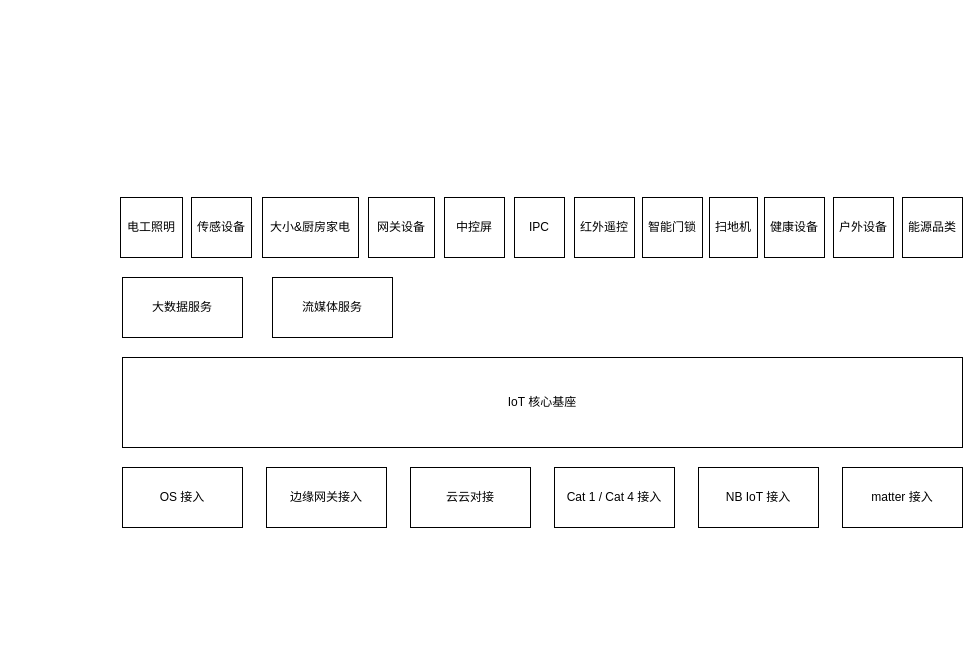
Earlier version of the draw.io diagram Cube2.0.drawio (Sidamor/drawio). Source tidied: cells renumbered, new cells numbered last; positions are measured from the earlier drawing's top-left corner, leaving out a move shared by most shapes. Both pictures are drawn from the tidied source at 100%, with x=0, y=0 at pixel (120, 197).
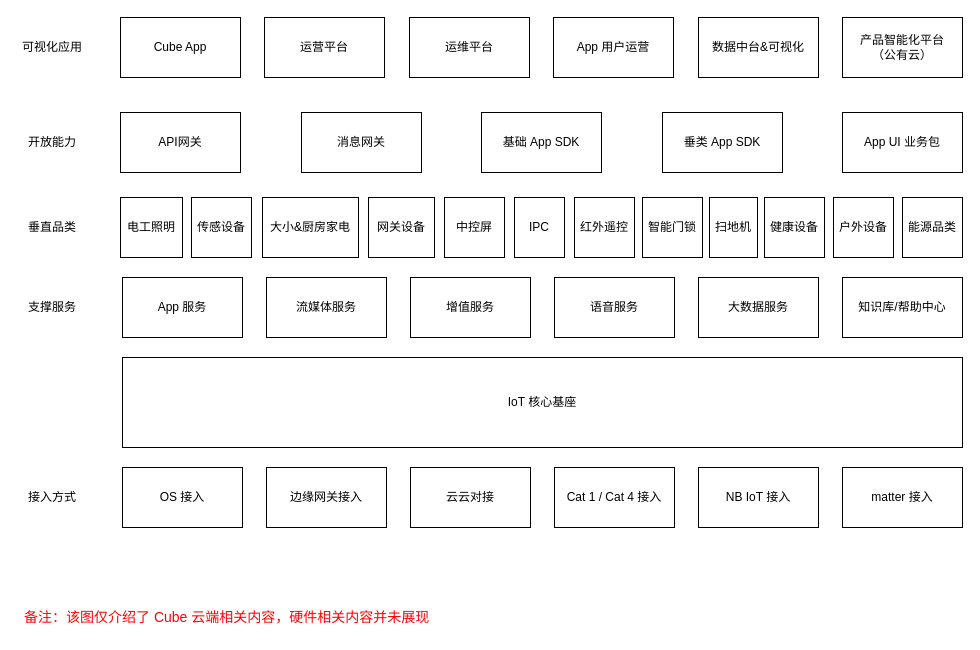
The same page after the edit.

The edit, as a diff of the source:
```diff
@@
     <mxCell id="12" value="大数据服务" style="rounded=0;whiteSpace=wrap;html=1;" parent="1" vertex="1">
-      <mxGeometry x="2" y="80" width="120" height="60" as="geometry" />
+      <mxGeometry x="578" y="80" width="120" height="60" as="geometry" />
     </mxCell>
     <mxCell id="13" value="流媒体服务" style="rounded=0;whiteSpace=wrap;html=1;" parent="1" vertex="1">
-      <mxGeometry x="152" y="80" width="120" height="60" as="geometry" />
+      <mxGeometry x="146" y="80" width="120" height="60" as="geometry" />
     </mxCell>
@@
+    <mxCell id="23" value="知识库/帮助中心" style="rounded=0;whiteSpace=wrap;html=1;" parent="1" vertex="1">
+      <mxGeometry x="722" y="80" width="120" height="60" as="geometry" />
+    </mxCell>
+    <mxCell id="24" value="语音服务" style="rounded=0;whiteSpace=wrap;html=1;" parent="1" vertex="1">
+      <mxGeometry x="434" y="80" width="120" height="60" as="geometry" />
+    </mxCell>
+    <mxCell id="25" value="App 服务" style="rounded=0;whiteSpace=wrap;html=1;" parent="1" vertex="1">
+      <mxGeometry x="2" y="80" width="120" height="60" as="geometry" />
+    </mxCell>
+    <mxCell id="26" value="增值服务" style="rounded=0;whiteSpace=wrap;html=1;" parent="1" vertex="1">
+      <mxGeometry x="290" y="80" width="120" height="60" as="geometry" />
+    </mxCell>
+    <mxCell id="27" value="接入方式" style="text;strokeColor=none;align=center;fillColor=none;html=1;verticalAlign=middle;whiteSpace=wrap;rounded=0;" parent="1" vertex="1">
+      <mxGeometry x="-98" y="285" width="60" height="30" as="geometry" />
+    </mxCell>
+    <mxCell id="28" value="支撑服务" style="text;strokeColor=none;align=center;fillColor=none;html=1;verticalAlign=middle;whiteSpace=wrap;rounded=0;" parent="1" vertex="1">
+      <mxGeometry x="-98" y="95" width="60" height="30" as="geometry" />
+    </mxCell>
+    <mxCell id="29" value="垂直品类" style="text;strokeColor=none;align=center;fillColor=none;html=1;verticalAlign=middle;whiteSpace=wrap;rounded=0;" parent="1" vertex="1">
+      <mxGeometry x="-98" y="15" width="60" height="30" as="geometry" />
+    </mxCell>
+    <mxCell id="30" value="备注：该图仅介绍了 Cube 云端相关内容，硬件相关内容并未展现" style="text;strokeColor=none;align=left;fillColor=none;html=1;verticalAlign=middle;whiteSpace=wrap;rounded=0;fontColor=#FF0000;fontSize=14;" parent="1" vertex="1">
+      <mxGeometry x="-98" y="405" width="870" height="30" as="geometry" />
+    </mxCell>
+    <mxCell id="31" value="开放能力" style="text;strokeColor=none;align=center;fillColor=none;html=1;verticalAlign=middle;whiteSpace=wrap;rounded=0;" parent="1" vertex="1">
+      <mxGeometry x="-98" y="-70" width="60" height="30" as="geometry" />
+    </mxCell>
+    <mxCell id="32" value="可视化应用" style="text;strokeColor=none;align=center;fillColor=none;html=1;verticalAlign=middle;whiteSpace=wrap;rounded=0;" parent="1" vertex="1">
+      <mxGeometry x="-103" y="-165" width="70" height="30" as="geometry" />
+    </mxCell>
+    <mxCell id="33" value="Cube App" style="rounded=0;whiteSpace=wrap;html=1;" parent="1" vertex="1">
+      <mxGeometry y="-180" width="120" height="60" as="geometry" />
+    </mxCell>
+    <mxCell id="34" value="运营平台" style="rounded=0;whiteSpace=wrap;html=1;" parent="1" vertex="1">
+      <mxGeometry x="144" y="-180" width="120" height="60" as="geometry" />
+    </mxCell>
+    <mxCell id="35" value="运维平台" style="rounded=0;whiteSpace=wrap;html=1;" parent="1" vertex="1">
+      <mxGeometry x="289" y="-180" width="120" height="60" as="geometry" />
+    </mxCell>
+    <mxCell id="36" value="API网关" style="rounded=0;whiteSpace=wrap;html=1;" parent="1" vertex="1">
+      <mxGeometry y="-85" width="120" height="60" as="geometry" />
+    </mxCell>
+    <mxCell id="37" value="消息网关" style="rounded=0;whiteSpace=wrap;html=1;" parent="1" vertex="1">
+      <mxGeometry x="181" y="-85" width="120" height="60" as="geometry" />
+    </mxCell>
+    <mxCell id="38" value="基础 App SDK" style="rounded=0;whiteSpace=wrap;html=1;" parent="1" vertex="1">
+      <mxGeometry x="361" y="-85" width="120" height="60" as="geometry" />
+    </mxCell>
+    <mxCell id="39" value="垂类 App SDK" style="rounded=0;whiteSpace=wrap;html=1;" parent="1" vertex="1">
+      <mxGeometry x="542" y="-85" width="120" height="60" as="geometry" />
+    </mxCell>
+    <mxCell id="40" value="App UI 业务包" style="rounded=0;whiteSpace=wrap;html=1;" parent="1" vertex="1">
+      <mxGeometry x="722" y="-85" width="120" height="60" as="geometry" />
+    </mxCell>
+    <mxCell id="41" value="产品智能化平台&lt;br&gt;（公有云）" style="rounded=0;whiteSpace=wrap;html=1;" parent="1" vertex="1">
+      <mxGeometry x="722" y="-180" width="120" height="60" as="geometry" />
+    </mxCell>
+    <mxCell id="42" value="数据中台&amp;amp;可视化" style="rounded=0;whiteSpace=wrap;html=1;" parent="1" vertex="1">
+      <mxGeometry x="578" y="-180" width="120" height="60" as="geometry" />
+    </mxCell>
+    <mxCell id="43" value="App 用户运营" style="rounded=0;whiteSpace=wrap;html=1;" parent="1" vertex="1">
+      <mxGeometry x="433" y="-180" width="120" height="60" as="geometry" />
+    </mxCell>
```
